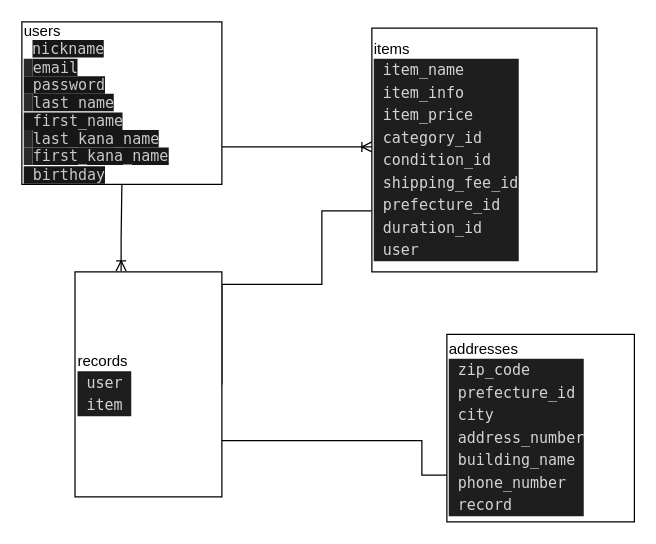
Before: page "ページ1" (1 of 2) of er.dio in Satoshi-Nakayama/furima-33334, a draw.io diagram. Source tidied: cells renumbered, new cells numbered last; positions are measured from the earlier drawing's top-left corner, leaving out a move shared by most shapes. Both pictures are drawn from the tidied source at 125%, with x=0, y=0 at pixel (21, 21).
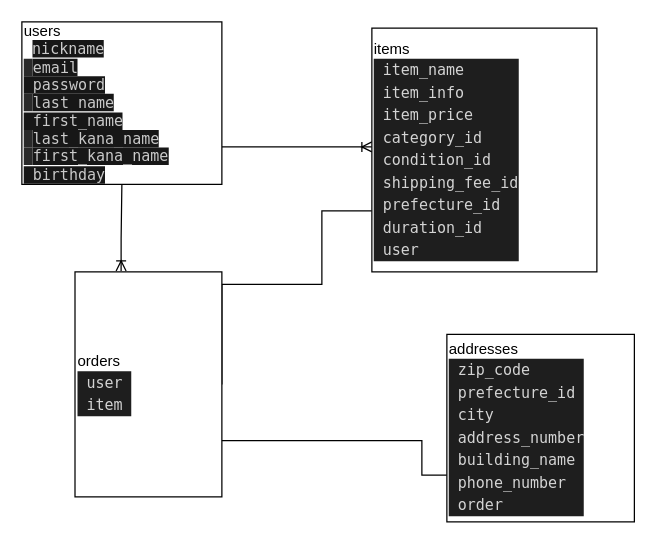
After the change.

What changed in the source:
```diff
@@
 <mxGraphModel>
   <root>
     <mxCell id="0" />
     <mxCell id="1" parent="0" />
     <mxCell id="2" style="edgeStyle=orthogonalEdgeStyle;rounded=0;orthogonalLoop=1;jettySize=auto;html=1;exitX=1;exitY=0.5;exitDx=0;exitDy=0;entryX=0;entryY=0.5;entryDx=0;entryDy=0;endArrow=ERoneToMany;endFill=0;" parent="1" edge="1">
       <mxGeometry relative="1" as="geometry">
         <mxPoint x="160" y="100" as="sourcePoint" />
         <mxPoint x="280" y="100" as="targetPoint" />
       </mxGeometry>
     </mxCell>
     <mxCell id="3" style="edgeStyle=orthogonalEdgeStyle;rounded=0;jettySize=auto;html=1;exitX=0.686;exitY=1.004;exitDx=0;exitDy=0;endArrow=none;endFill=0;entryX=0.5;entryY=1;entryDx=0;entryDy=0;startArrow=ERoneToMany;startFill=0;exitPerimeter=0;" parent="1" edge="1" source="6" target="9">
       <mxGeometry relative="1" as="geometry">
         <Array as="points">
           <mxPoint x="80" y="173" />
         </Array>
       </mxGeometry>
     </mxCell>
     <mxCell id="4" value="&lt;br&gt;" style="edgeLabel;html=1;align=center;verticalAlign=middle;" parent="3" vertex="1">
       <mxGeometry x="-0.91" y="1" relative="1" as="geometry" />
     </mxCell>
     <mxCell id="5" style="edgeStyle=orthogonalEdgeStyle;rounded=0;jettySize=auto;html=1;exitX=0;exitY=0.5;exitDx=0;exitDy=0;endArrow=none;endFill=0;entryX=0;entryY=0.75;entryDx=0;entryDy=0;" parent="1" edge="1" source="6" target="10">
       <mxGeometry relative="1" as="geometry">
         <Array as="points">
           <mxPoint x="160" y="210" />
           <mxPoint x="240" y="210" />
           <mxPoint x="240" y="151" />
         </Array>
       </mxGeometry>
     </mxCell>
-    <mxCell id="6" value="records&lt;br&gt;&lt;div style=&quot;color: rgb(212 , 212 , 212) ; background-color: rgb(30 , 30 , 30) ; font-family: &amp;#34;menlo&amp;#34; , &amp;#34;monaco&amp;#34; , &amp;#34;courier new&amp;#34; , monospace ; line-height: 18px&quot;&gt;&lt;div&gt;&amp;nbsp;user&lt;/div&gt;&lt;div&gt;&amp;nbsp;item&amp;nbsp;&lt;/div&gt;&lt;/div&gt;" style="whiteSpace=wrap;html=1;align=left;direction=west;" parent="1" vertex="1">
+    <mxCell id="6" value="orders&lt;br&gt;&lt;div style=&quot;color: rgb(212 , 212 , 212) ; background-color: rgb(30 , 30 , 30) ; font-family: &amp;#34;menlo&amp;#34; , &amp;#34;monaco&amp;#34; , &amp;#34;courier new&amp;#34; , monospace ; line-height: 18px&quot;&gt;&lt;div&gt;&amp;nbsp;user&lt;/div&gt;&lt;div&gt;&amp;nbsp;item&amp;nbsp;&lt;/div&gt;&lt;/div&gt;" style="whiteSpace=wrap;html=1;align=left;direction=west;" parent="1" vertex="1">
       <mxGeometry x="42.5" y="200" width="117.5" height="180" as="geometry" />
     </mxCell>
     <mxCell id="7" style="edgeStyle=orthogonalEdgeStyle;rounded=0;jettySize=auto;html=1;exitX=0;exitY=0.75;exitDx=0;exitDy=0;endArrow=none;endFill=0;entryX=0;entryY=0.25;entryDx=0;entryDy=0;" parent="1" edge="1" source="8" target="6">
       <mxGeometry relative="1" as="geometry">
         <Array as="points">
           <mxPoint x="320" y="335" />
         </Array>
       </mxGeometry>
     </mxCell>
-    <mxCell id="8" value="addresses&lt;br&gt;&lt;div style=&quot;color: rgb(212 , 212 , 212) ; background-color: rgb(30 , 30 , 30) ; font-family: &amp;#34;menlo&amp;#34; , &amp;#34;monaco&amp;#34; , &amp;#34;courier new&amp;#34; , monospace ; line-height: 18px&quot;&gt;&lt;div&gt;&amp;nbsp;zip_code&lt;/div&gt;&lt;div&gt;&amp;nbsp;prefecture_id&lt;/div&gt;&lt;div&gt;&amp;nbsp;city&lt;/div&gt;&lt;div&gt;&amp;nbsp;address_number&lt;/div&gt;&lt;div&gt;&amp;nbsp;building_name&lt;/div&gt;&lt;div&gt;&amp;nbsp;phone_number&lt;/div&gt;&lt;div&gt;&amp;nbsp;record&lt;/div&gt;&lt;/div&gt;" style="whiteSpace=wrap;html=1;align=left;" parent="1" vertex="1">
+    <mxCell id="8" value="addresses&lt;br&gt;&lt;div style=&quot;color: rgb(212 , 212 , 212) ; background-color: rgb(30 , 30 , 30) ; font-family: &amp;#34;menlo&amp;#34; , &amp;#34;monaco&amp;#34; , &amp;#34;courier new&amp;#34; , monospace ; line-height: 18px&quot;&gt;&lt;div&gt;&amp;nbsp;zip_code&lt;/div&gt;&lt;div&gt;&amp;nbsp;prefecture_id&lt;/div&gt;&lt;div&gt;&amp;nbsp;city&lt;/div&gt;&lt;div&gt;&amp;nbsp;address_number&lt;/div&gt;&lt;div&gt;&amp;nbsp;building_name&lt;/div&gt;&lt;div&gt;&amp;nbsp;phone_number&lt;/div&gt;&lt;div&gt;&amp;nbsp;order&lt;/div&gt;&lt;/div&gt;" style="whiteSpace=wrap;html=1;align=left;" parent="1" vertex="1">
       <mxGeometry x="340" y="250" width="150" height="150" as="geometry" />
     </mxCell>
     <mxCell id="9" value="users&lt;br&gt;&amp;nbsp;&amp;nbsp;&lt;span style=&quot;color: rgb(202 , 202 , 202) ; font-family: &amp;#34;menlo&amp;#34;&quot;&gt;&lt;span style=&quot;background-color: rgb(23 , 23 , 23)&quot;&gt;nickname&lt;/span&gt;&lt;span style=&quot;background-color: rgb(42 , 42 , 42)&quot;&gt;&lt;br&gt;&lt;/span&gt;&lt;/span&gt;&lt;span style=&quot;color: rgb(202 , 202 , 202) ; font-family: &amp;#34;menlo&amp;#34; ; background-color: rgb(42 , 42 , 42)&quot;&gt;&amp;nbsp;&lt;/span&gt;&lt;span style=&quot;background-color: rgb(23 , 23 , 23) ; color: rgb(202 , 202 , 202) ; font-family: &amp;#34;menlo&amp;#34;&quot;&gt;email&lt;br&gt;&lt;/span&gt;&lt;span style=&quot;color: rgb(202 , 202 , 202) ; font-family: &amp;#34;menlo&amp;#34;&quot;&gt;&lt;span style=&quot;background-color: rgb(23 , 23 , 23)&quot;&gt;&amp;nbsp;password&lt;/span&gt;&lt;span style=&quot;background-color: rgb(42 , 42 , 42)&quot;&gt;&lt;br&gt;&lt;/span&gt;&lt;/span&gt;&lt;span style=&quot;color: rgb(202 , 202 , 202) ; font-family: &amp;#34;menlo&amp;#34; ; background-color: rgb(42 , 42 , 42)&quot;&gt;&amp;nbsp;&lt;/span&gt;&lt;span style=&quot;background-color: rgb(23 , 23 , 23) ; color: rgb(202 , 202 , 202) ; font-family: &amp;#34;menlo&amp;#34;&quot;&gt;last_name&lt;br&gt;&lt;/span&gt;&lt;span style=&quot;color: rgb(202 , 202 , 202) ; font-family: &amp;#34;menlo&amp;#34;&quot;&gt;&lt;span style=&quot;background-color: rgb(23 , 23 , 23)&quot;&gt;&amp;nbsp;first_name&lt;/span&gt;&lt;span style=&quot;background-color: rgb(42 , 42 , 42)&quot;&gt;&lt;br&gt;&lt;/span&gt;&lt;/span&gt;&lt;span style=&quot;color: rgb(202 , 202 , 202) ; font-family: &amp;#34;menlo&amp;#34; ; background-color: rgb(42 , 42 , 42)&quot;&gt;&amp;nbsp;&lt;/span&gt;&lt;span style=&quot;color: rgb(202 , 202 , 202) ; font-family: &amp;#34;menlo&amp;#34;&quot;&gt;&lt;span style=&quot;background-color: rgb(23 , 23 , 23)&quot;&gt;last_kana_name&lt;/span&gt;&lt;span style=&quot;background-color: rgb(42 , 42 , 42)&quot;&gt;&lt;br&gt;&lt;/span&gt;&lt;/span&gt;&lt;span style=&quot;color: rgb(202 , 202 , 202) ; font-family: &amp;#34;menlo&amp;#34; ; background-color: rgb(42 , 42 , 42)&quot;&gt;&amp;nbsp;&lt;/span&gt;&lt;span style=&quot;background-color: rgb(23 , 23 , 23) ; color: rgb(202 , 202 , 202) ; font-family: &amp;#34;menlo&amp;#34;&quot;&gt;first_kana_name&lt;br&gt;&lt;/span&gt;&lt;span style=&quot;background-color: rgb(23 , 23 , 23) ; color: rgb(202 , 202 , 202) ; font-family: &amp;#34;menlo&amp;#34;&quot;&gt;&amp;nbsp;birthday&lt;/span&gt;&lt;span style=&quot;background-color: rgb(23 , 23 , 23) ; color: rgb(202 , 202 , 202) ; font-family: &amp;#34;menlo&amp;#34;&quot;&gt;&lt;br&gt;&lt;/span&gt;" style="whiteSpace=wrap;html=1;align=left;" parent="1" vertex="1">
       <mxGeometry width="160" height="130" as="geometry" />
     </mxCell>
     <mxCell id="10" value="items&lt;br&gt;&lt;div style=&quot;color: rgb(212 , 212 , 212) ; background-color: rgb(30 , 30 , 30) ; font-family: &amp;#34;menlo&amp;#34; , &amp;#34;monaco&amp;#34; , &amp;#34;courier new&amp;#34; , monospace ; line-height: 18px&quot;&gt;&lt;div&gt;&amp;nbsp;item_name&lt;/div&gt;&lt;div&gt;&amp;nbsp;item_info&lt;/div&gt;&lt;div&gt;&amp;nbsp;item_price&lt;/div&gt;&lt;div&gt;&amp;nbsp;category_id&lt;/div&gt;&lt;div&gt;&amp;nbsp;condition_id&lt;/div&gt;&lt;div&gt;&amp;nbsp;shipping_fee_id&lt;/div&gt;&lt;div&gt;&amp;nbsp;prefecture_id&lt;/div&gt;&lt;div&gt;&amp;nbsp;duration_id&lt;/div&gt;&lt;div&gt;&amp;nbsp;user&lt;/div&gt;&lt;/div&gt;" style="whiteSpace=wrap;html=1;align=left;" parent="1" vertex="1">
       <mxGeometry x="280" y="5" width="180" height="195" as="geometry" />
     </mxCell>
   </root>
 </mxGraphModel>
```
